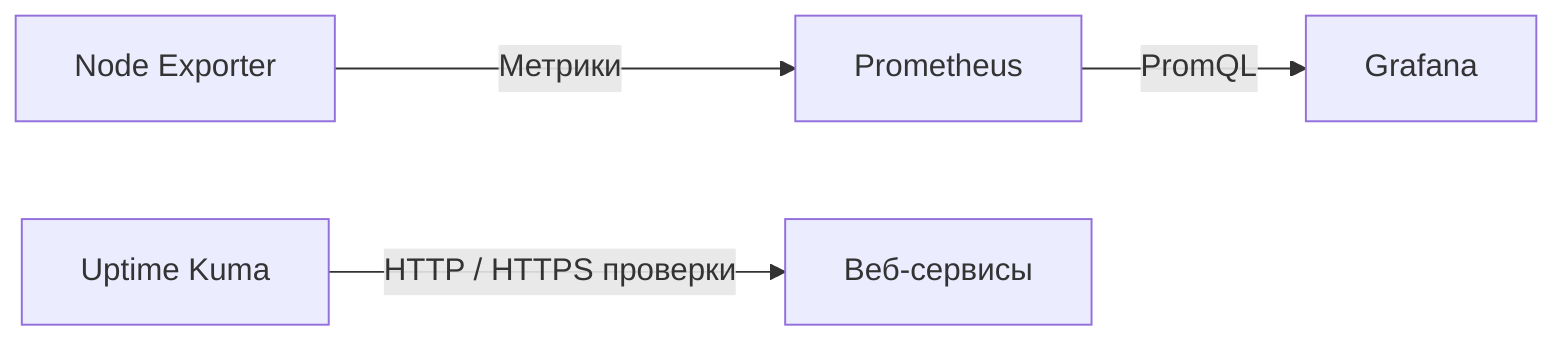
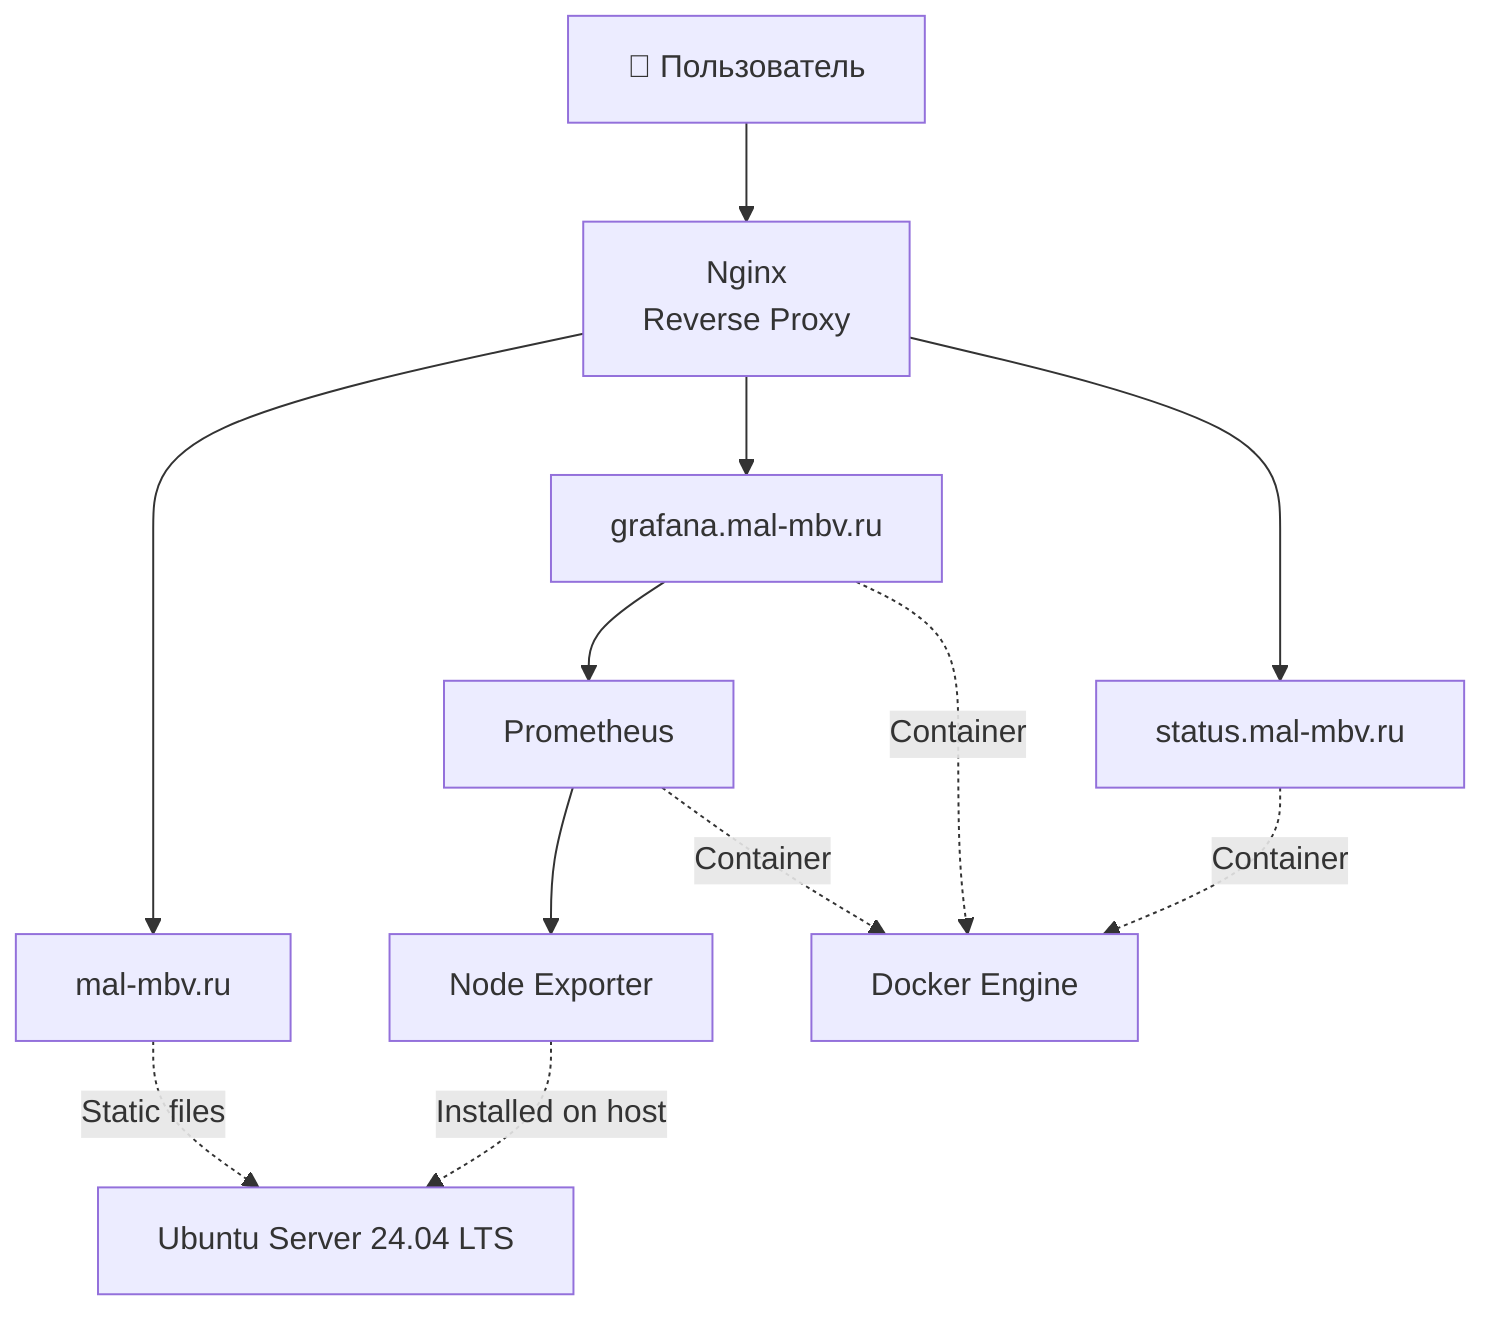
- flowchart LR
+ flowchart TB
+ 
+     User["👤 Пользователь"]
+ 
+     Nginx["Nginx<br/>Reverse Proxy"]
+ 
+     Site["mal-mbv.ru"]
+ 
+     Grafana["grafana.mal-mbv.ru"]
+ 
+     Kuma["status.mal-mbv.ru"]
+ 
+     Docker["Docker Engine"]
+ 
+     Prometheus["Prometheus"]

    Exporter["Node Exporter"]

-     Prometheus["Prometheus"]
+     VPS["Ubuntu Server 24.04 LTS"]

-     Grafana["Grafana"]
+     User --> Nginx

-     Kuma["Uptime Kuma"]
+     Nginx --> Site
+     Nginx --> Grafana
+     Nginx --> Kuma

-     Site["Веб-сервисы"]
+     Grafana --> Prometheus
+     Prometheus --> Exporter

-     Exporter -->|"Метрики"| Prometheus
+     Site -. Static files .-> VPS

-     Prometheus -->|"PromQL"| Grafana
+     Grafana -. Container .-> Docker
+     Prometheus -. Container .-> Docker
+     Kuma -. Container .-> Docker

-     Kuma -->|"HTTP / HTTPS проверки"| Site+     Exporter -. Installed on host .-> VPS